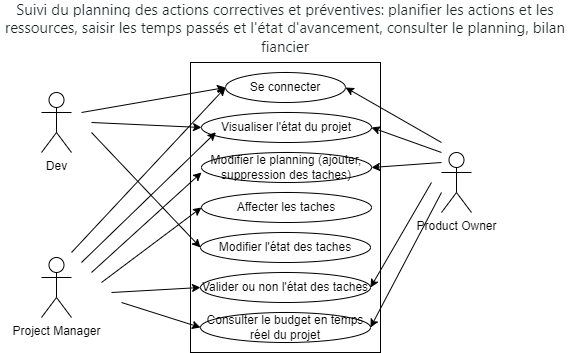
This is Doc/Image/Use_case.png from Varask/Estia_integration_project, a draw.io export, as it was before one commit. Source tidied: cells renumbered, new cells last; positions are measured from the earlier drawing's top-left corner, leaving out a move shared by most shapes. The source it was exported from:
```xml
<mxGraphModel>
  <root>
    <mxCell id="0" />
    <mxCell id="1" parent="0" />
    <mxCell id="2" style="rounded=0;whiteSpace=wrap;html=1;" parent="1" vertex="1">
      <mxGeometry x="190" y="50" width="190" height="290" as="geometry" />
    </mxCell>
    <mxCell id="3" value="&lt;span style=&quot;color: rgb(29, 33, 37); font-family: -apple-system, BlinkMacSystemFont, &amp;quot;Segoe UI&amp;quot;, Roboto, &amp;quot;Helvetica Neue&amp;quot;, Arial, &amp;quot;Noto Sans&amp;quot;, &amp;quot;Liberation Sans&amp;quot;, sans-serif, &amp;quot;Apple Color Emoji&amp;quot;, &amp;quot;Segoe UI Emoji&amp;quot;, &amp;quot;Segoe UI Symbol&amp;quot;, &amp;quot;Noto Color Emoji&amp;quot;; font-size: 15px; text-align: left; background-color: rgb(255, 255, 255);&quot;&gt;Suivi du planning des actions correctives et préventives: planifier les actions et les ressources, saisir les temps passés et l'état d'avancement, consulter le planning, bilan fiancier&lt;/span&gt;" style="text;html=1;align=center;verticalAlign=middle;whiteSpace=wrap;rounded=0;" parent="1" vertex="1">
      <mxGeometry width="570" height="30" as="geometry" />
    </mxCell>
    <mxCell id="4" value="Dev" style="shape=umlActor;verticalLabelPosition=bottom;verticalAlign=top;html=1;" parent="1" vertex="1">
      <mxGeometry x="41" y="80" width="30" height="60" as="geometry" />
    </mxCell>
    <mxCell id="5" value="Project Manager" style="shape=umlActor;verticalLabelPosition=bottom;verticalAlign=top;html=1;" parent="1" vertex="1">
      <mxGeometry x="41" y="245" width="30" height="60" as="geometry" />
    </mxCell>
    <mxCell id="6" value="Product Owner" style="shape=umlActor;verticalLabelPosition=bottom;verticalAlign=top;html=1;" parent="1" vertex="1">
      <mxGeometry x="441" y="140" width="30" height="60" as="geometry" />
    </mxCell>
    <mxCell id="7" value="Se connecter" style="ellipse;whiteSpace=wrap;html=1;" parent="1" vertex="1">
      <mxGeometry x="225" y="60" width="120" height="30" as="geometry" />
    </mxCell>
    <mxCell id="8" value="Visualiser l'état du projet" style="ellipse;whiteSpace=wrap;html=1;" parent="1" vertex="1">
      <mxGeometry x="201" y="100" width="170" height="30" as="geometry" />
    </mxCell>
    <mxCell id="9" value="Modifier le planning (ajouter, suppression des taches)" style="ellipse;whiteSpace=wrap;html=1;" parent="1" vertex="1">
      <mxGeometry x="201" y="140" width="170" height="30" as="geometry" />
    </mxCell>
    <mxCell id="10" value="Affecter les taches" style="ellipse;whiteSpace=wrap;html=1;" parent="1" vertex="1">
      <mxGeometry x="201" y="180" width="170" height="30" as="geometry" />
    </mxCell>
    <mxCell id="11" value="Valider ou non l'état des taches" style="ellipse;whiteSpace=wrap;html=1;" parent="1" vertex="1">
      <mxGeometry x="200" y="260" width="170" height="30" as="geometry" />
    </mxCell>
    <mxCell id="12" value="Consulter le budget en temps réel du projet" style="ellipse;whiteSpace=wrap;html=1;" parent="1" vertex="1">
      <mxGeometry x="200" y="300" width="170" height="30" as="geometry" />
    </mxCell>
    <mxCell id="13" value="Modifier l'état des taches&lt;span style=&quot;color: rgba(0, 0, 0, 0); font-family: monospace; font-size: 0px; text-align: start; text-wrap: nowrap;&quot;&gt;%3CmxGraphModel%3E%3Croot%3E%3CmxCell%20id%3D%220%22%2F%3E%3CmxCell%20id%3D%221%22%20parent%3D%220%22%2F%3E%3CmxCell%20id%3D%222%22%20value%3D%22Modifier%20le%20planning%20(ajouter%2C%20suppression%20des%20taches)%22%20style%3D%22ellipse%3BwhiteSpace%3Dwrap%3Bhtml%3D1%3B%22%20vertex%3D%221%22%20parent%3D%221%22%3E%3CmxGeometry%20x%3D%22330%22%20y%3D%22230%22%20width%3D%22170%22%20height%3D%2230%22%20as%3D%22geometry%22%2F%3E%3C%2FmxCell%3E%3C%2Froot%3E%3C%2FmxGraphModel%3E&lt;/span&gt;" style="ellipse;whiteSpace=wrap;html=1;" parent="1" vertex="1">
      <mxGeometry x="200" y="220" width="170" height="30" as="geometry" />
    </mxCell>
    <mxCell id="14" style="endArrow=classic;html=1;rounded=0;entryX=0;entryY=0.5;entryDx=0;entryDy=0;" parent="1" edge="1" target="7">
      <mxGeometry relative="1" as="geometry">
        <mxPoint x="81" y="100" as="sourcePoint" />
      </mxGeometry>
    </mxCell>
    <mxCell id="15" style="endArrow=classic;html=1;rounded=0;entryX=1;entryY=0.5;entryDx=0;entryDy=0;" parent="1" edge="1" target="7">
      <mxGeometry relative="1" as="geometry">
        <mxPoint x="441" y="130" as="sourcePoint" />
      </mxGeometry>
    </mxCell>
    <mxCell id="16" style="endArrow=classic;html=1;rounded=0;entryX=0;entryY=0.5;entryDx=0;entryDy=0;" parent="1" edge="1" target="7">
      <mxGeometry relative="1" as="geometry">
        <mxPoint x="71" y="240" as="sourcePoint" />
      </mxGeometry>
    </mxCell>
    <mxCell id="17" style="endArrow=classic;html=1;rounded=0;entryX=0.085;entryY=0.66;entryDx=0;entryDy=0;entryPerimeter=0;" parent="1" edge="1" target="8">
      <mxGeometry relative="1" as="geometry">
        <mxPoint x="81" y="250" as="sourcePoint" />
      </mxGeometry>
    </mxCell>
    <mxCell id="18" style="endArrow=classic;html=1;rounded=0;entryX=0;entryY=0.5;entryDx=0;entryDy=0;" parent="1" edge="1" target="8">
      <mxGeometry relative="1" as="geometry">
        <mxPoint x="91" y="110" as="sourcePoint" />
      </mxGeometry>
    </mxCell>
    <mxCell id="19" style="endArrow=classic;html=1;rounded=0;entryX=1;entryY=0.5;entryDx=0;entryDy=0;" parent="1" edge="1" target="8">
      <mxGeometry relative="1" as="geometry">
        <mxPoint x="441" y="140" as="sourcePoint" />
      </mxGeometry>
    </mxCell>
    <mxCell id="20" style="endArrow=classic;html=1;rounded=0;" parent="1" edge="1">
      <mxGeometry relative="1" as="geometry">
        <mxPoint x="91" y="260" as="sourcePoint" />
        <mxPoint x="201" y="160" as="targetPoint" />
      </mxGeometry>
    </mxCell>
    <mxCell id="21" style="endArrow=classic;html=1;rounded=0;entryX=1;entryY=0.5;entryDx=0;entryDy=0;" parent="1" edge="1" target="9">
      <mxGeometry relative="1" as="geometry">
        <mxPoint x="441" y="150" as="sourcePoint" />
      </mxGeometry>
    </mxCell>
    <mxCell id="22" style="endArrow=classic;html=1;rounded=0;entryX=0;entryY=0.5;entryDx=0;entryDy=0;" parent="1" edge="1" target="10">
      <mxGeometry relative="1" as="geometry">
        <mxPoint x="101" y="270" as="sourcePoint" />
      </mxGeometry>
    </mxCell>
    <mxCell id="23" style="endArrow=classic;html=1;rounded=0;entryX=0;entryY=0.5;entryDx=0;entryDy=0;" parent="1" edge="1" target="13">
      <mxGeometry relative="1" as="geometry">
        <mxPoint x="91" y="120" as="sourcePoint" />
      </mxGeometry>
    </mxCell>
    <mxCell id="24" style="endArrow=classic;html=1;rounded=0;entryX=0;entryY=0.5;entryDx=0;entryDy=0;" parent="1" edge="1" target="11">
      <mxGeometry relative="1" as="geometry">
        <mxPoint x="111" y="280" as="sourcePoint" />
      </mxGeometry>
    </mxCell>
    <mxCell id="25" style="endArrow=classic;html=1;rounded=0;entryX=1;entryY=0.5;entryDx=0;entryDy=0;" parent="1" edge="1" target="11">
      <mxGeometry relative="1" as="geometry">
        <mxPoint x="431" y="170" as="sourcePoint" />
      </mxGeometry>
    </mxCell>
    <mxCell id="26" style="endArrow=classic;html=1;rounded=0;entryX=1;entryY=0.5;entryDx=0;entryDy=0;" parent="1" edge="1" target="12">
      <mxGeometry relative="1" as="geometry">
        <mxPoint x="441" y="180" as="sourcePoint" />
      </mxGeometry>
    </mxCell>
    <mxCell id="27" style="endArrow=classic;html=1;rounded=0;entryX=0;entryY=0.5;entryDx=0;entryDy=0;" parent="1" edge="1" target="12">
      <mxGeometry relative="1" as="geometry">
        <mxPoint x="121" y="290" as="sourcePoint" />
      </mxGeometry>
    </mxCell>
  </root>
</mxGraphModel>
```
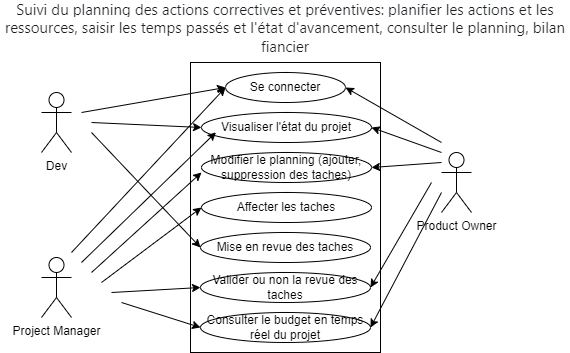
Above is the later version.

The edit, as a diff of the source:
```diff
@@ -29,13 +29,13 @@
     <mxCell id="10" value="Affecter les taches" style="ellipse;whiteSpace=wrap;html=1;" parent="1" vertex="1">
       <mxGeometry x="201" y="180" width="170" height="30" as="geometry" />
     </mxCell>
-    <mxCell id="11" value="Valider ou non l'état des taches" style="ellipse;whiteSpace=wrap;html=1;" parent="1" vertex="1">
+    <mxCell id="11" value="Valider ou non la revue des taches" style="ellipse;whiteSpace=wrap;html=1;" parent="1" vertex="1">
       <mxGeometry x="200" y="260" width="170" height="30" as="geometry" />
     </mxCell>
     <mxCell id="12" value="Consulter le budget en temps réel du projet" style="ellipse;whiteSpace=wrap;html=1;" parent="1" vertex="1">
       <mxGeometry x="200" y="300" width="170" height="30" as="geometry" />
     </mxCell>
-    <mxCell id="13" value="Modifier l'état des taches&lt;span style=&quot;color: rgba(0, 0, 0, 0); font-family: monospace; font-size: 0px; text-align: start; text-wrap: nowrap;&quot;&gt;%3CmxGraphModel%3E%3Croot%3E%3CmxCell%20id%3D%220%22%2F%3E%3CmxCell%20id%3D%221%22%20parent%3D%220%22%2F%3E%3CmxCell%20id%3D%222%22%20value%3D%22Modifier%20le%20planning%20(ajouter%2C%20suppression%20des%20taches)%22%20style%3D%22ellipse%3BwhiteSpace%3Dwrap%3Bhtml%3D1%3B%22%20vertex%3D%221%22%20parent%3D%221%22%3E%3CmxGeometry%20x%3D%22330%22%20y%3D%22230%22%20width%3D%22170%22%20height%3D%2230%22%20as%3D%22geometry%22%2F%3E%3C%2FmxCell%3E%3C%2Froot%3E%3C%2FmxGraphModel%3E&lt;/span&gt;" style="ellipse;whiteSpace=wrap;html=1;" parent="1" vertex="1">
+    <mxCell id="13" value="Mise en revue des taches&lt;span style=&quot;color: rgba(0, 0, 0, 0); font-family: monospace; font-size: 0px; text-align: start; text-wrap: nowrap;&quot;&gt;%3CmxGraphModel%3E%3Croot%3E%3CmxCell%20id%3D%220%22%2F%3E%3CmxCell%20id%3D%221%22%20parent%3D%220%22%2F%3E%3CmxCell%20id%3D%222%22%20value%3D%22Modifier%20le%20planning%20(ajouter%2C%20suppression%20des%20taches)%22%20style%3D%22ellipse%3BwhiteSpace%3Dwrap%3Bhtml%3D1%3B%22%20vertex%3D%221%22%20parent%3D%221%22%3E%3CmxGeometry%20x%3D%22330%22%20y%3D%22230%22%20width%3D%22170%22%20height%3D%2230%22%20as%3D%22geometry%22%2F%3E%3C%2FmxCell%3E%3C%2Froot%3E%3C%2FmxGraphModel%3E&lt;/span&gt;" style="ellipse;whiteSpace=wrap;html=1;" parent="1" vertex="1">
       <mxGeometry x="200" y="220" width="170" height="30" as="geometry" />
     </mxCell>
     <mxCell id="14" style="endArrow=classic;html=1;rounded=0;entryX=0;entryY=0.5;entryDx=0;entryDy=0;" parent="1" edge="1" target="7">
```
